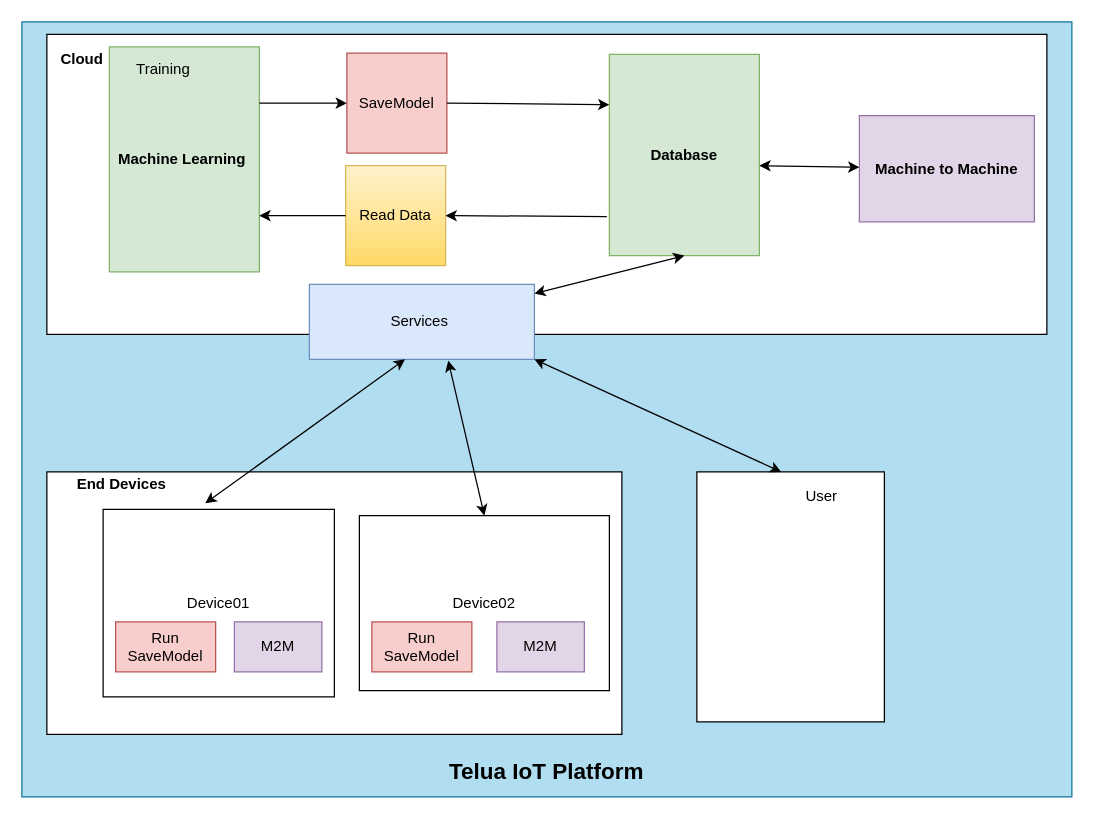
letrthong/uhes_visual_programing_iot keeps this draw.io diagram as machine_learning/machineLearning.drawio. Above is the earlier version. Source tidied: cells renumbered, new cells numbered last; positions are measured from the earlier drawing's top-left corner, leaving out a move shared by most shapes. Both pictures are drawn from the tidied source at 125%, with x=0, y=0 at pixel (21, 21).
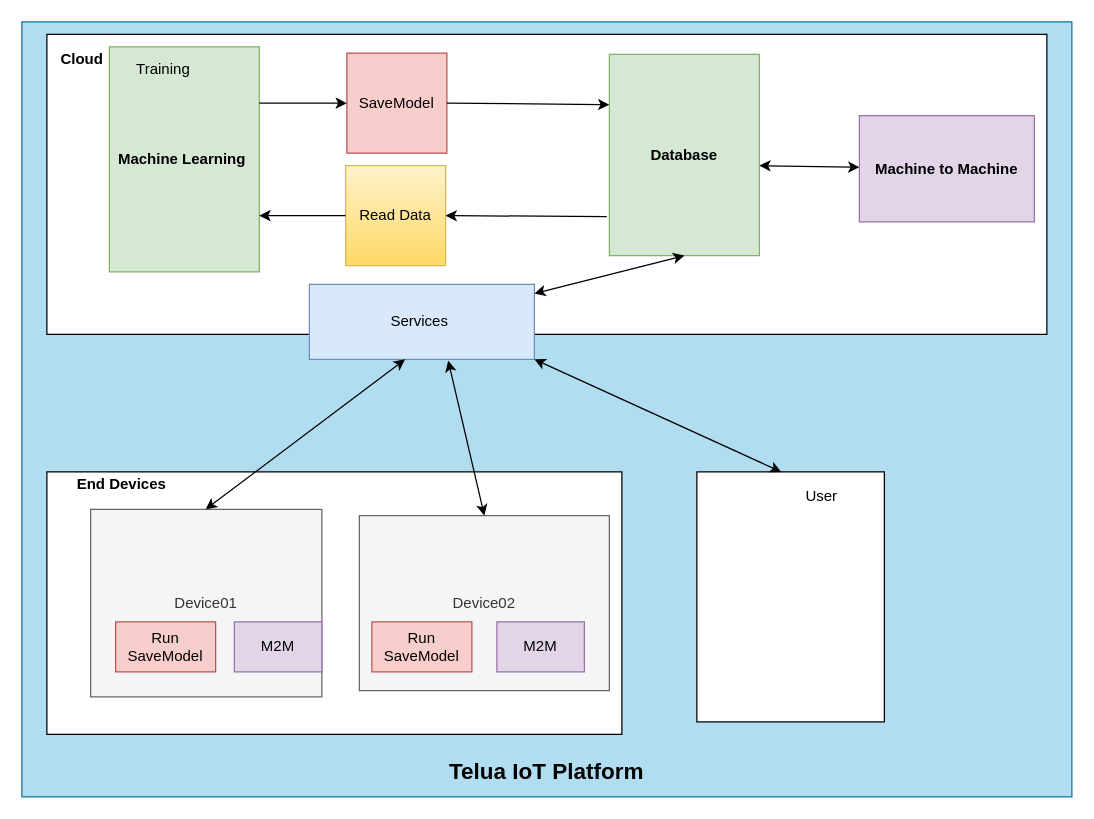
After the change.

Unchanged cells that the change refers to:
```xml
<mxCell id="8" value="Services&amp;nbsp;" style="rounded=0;whiteSpace=wrap;html=1;fillColor=#dae8fc;strokeColor=#6c8ebf;" parent="1" vertex="1">
  <mxGeometry x="230" y="210" width="180" height="60" as="geometry" />
</mxCell>
```

Diff of the diagram source:
```diff
@@
-    <mxCell id="12" style="endArrow=classic;startArrow=classic;html=1;entryX=0.425;entryY=1;entryDx=0;entryDy=0;entryPerimeter=0;exitX=0.442;exitY=-0.033;exitDx=0;exitDy=0;exitPerimeter=0;" parent="1" edge="1" source="13" target="8">
-      <mxGeometry relative="1" as="geometry" />
+    <mxCell id="12" style="endArrow=classic;startArrow=classic;html=1;entryX=0.425;entryY=1;entryDx=0;entryDy=0;entryPerimeter=0;" parent="1" edge="1" target="8">
+      <mxGeometry relative="1" as="geometry">
+        <mxPoint x="147" y="390" as="sourcePoint" />
+      </mxGeometry>
     </mxCell>
-    <mxCell id="13" value="Device01" style="rounded=0;whiteSpace=wrap;html=1;" parent="1" vertex="1">
-      <mxGeometry x="65" y="390" width="185" height="150" as="geometry" />
+    <mxCell id="13" value="Device01" style="rounded=0;whiteSpace=wrap;html=1;fillColor=#f5f5f5;strokeColor=#666666;fontColor=#333333;" parent="1" vertex="1">
+      <mxGeometry x="55" y="390" width="185" height="150" as="geometry" />
     </mxCell>
-    <mxCell id="14" value="Device02" style="rounded=0;whiteSpace=wrap;html=1;" parent="1" vertex="1">
+    <mxCell id="14" value="Device02" style="rounded=0;whiteSpace=wrap;html=1;fillColor=#f5f5f5;strokeColor=#666666;fontColor=#333333;" parent="1" vertex="1">
       <mxGeometry x="270" y="395" width="200" height="140" as="geometry" />
     </mxCell>
```
